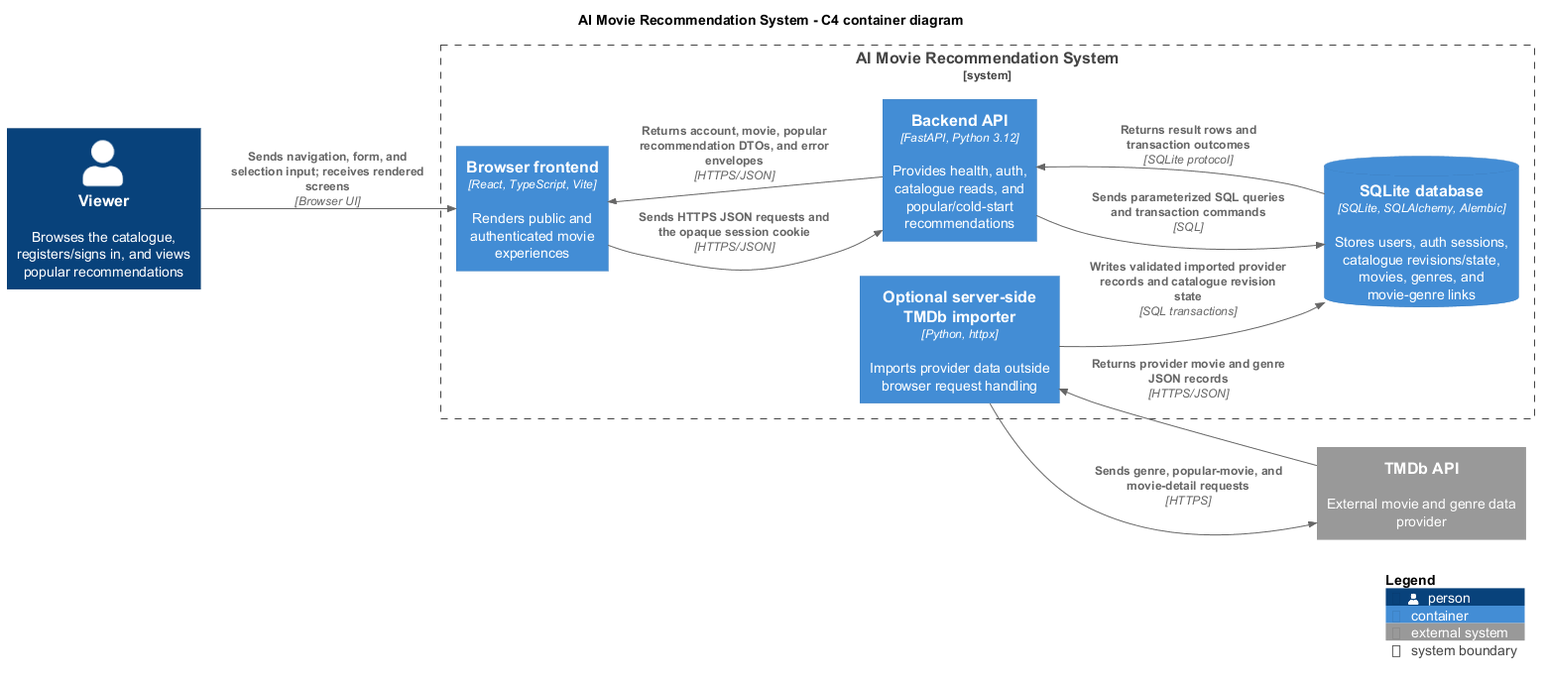
Before: docs/images/architecture.png, a diagram exported from PlantUML (SE-FDA-NEU/ai66a_group3_C1_SE).
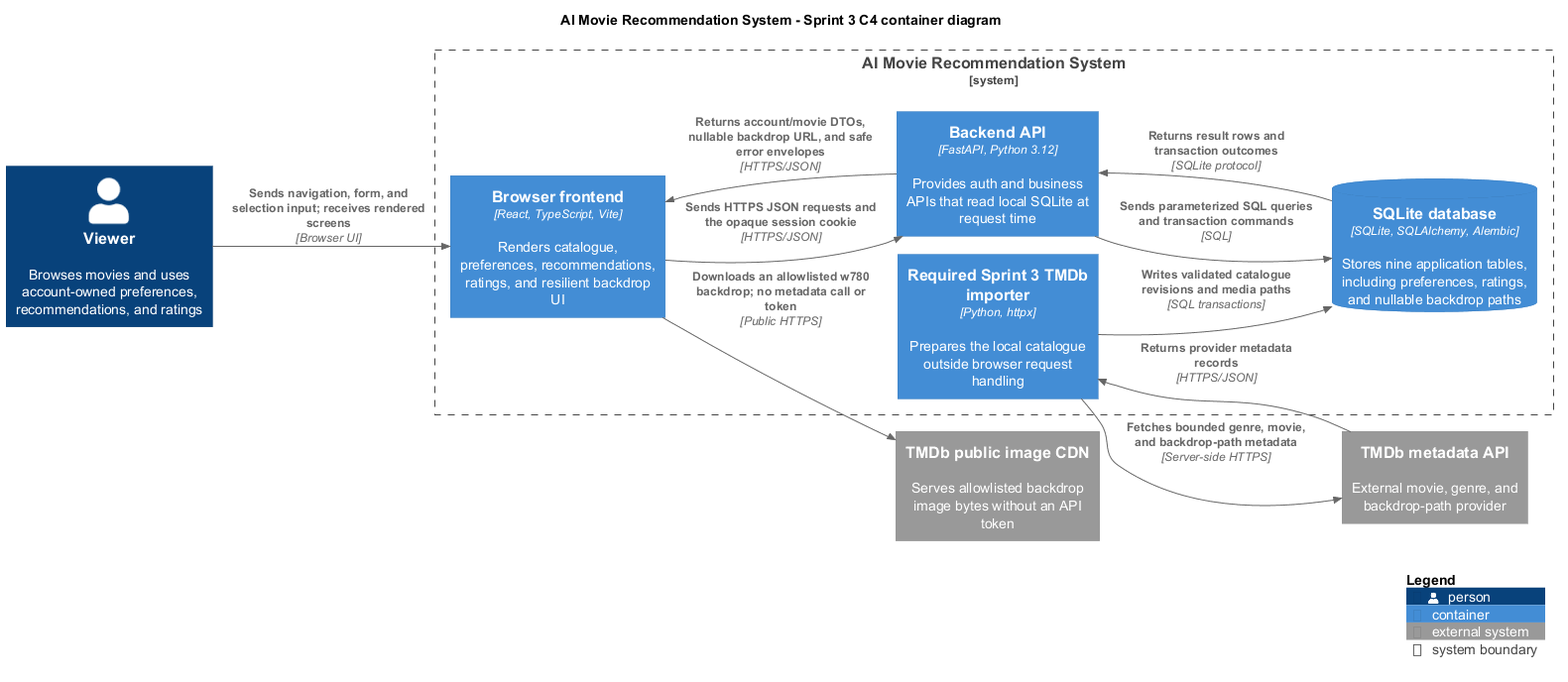
After the change.

Commit message:
docs(architecture): update Sprint 3 diagrams and preserve M2 baselines

Change to the diagram source:
```diff
@@ -1,29 +1,32 @@
 @startuml
+!pragma layout smetana
 !include <C4/C4_Container>
 
-title AI Movie Recommendation System - C4 container diagram
+title AI Movie Recommendation System - Sprint 3 C4 container diagram
 
 LAYOUT_LEFT_RIGHT()
 
-Person(viewer, "Viewer", "Browses the catalogue, registers/signs in, and views popular recommendations")
+Person(viewer, "Viewer", "Browses movies and uses account-owned preferences, recommendations, and ratings")
 
 System_Boundary(ams, "AI Movie Recommendation System") {
-    Container(web, "Browser frontend", "React, TypeScript, Vite", "Renders public and authenticated movie experiences")
-    Container(api, "Backend API", "FastAPI, Python 3.12", "Provides health, auth, catalogue reads, and popular/cold-start recommendations")
-    ContainerDb(db, "SQLite database", "SQLite, SQLAlchemy, Alembic", "Stores users, auth sessions, catalogue revisions/state, movies, genres, and movie-genre links")
-    Container(importer, "Optional server-side TMDb importer", "Python, httpx", "Imports provider data outside browser request handling")
+    Container(web, "Browser frontend", "React, TypeScript, Vite", "Renders catalogue, preferences, recommendations, ratings, and resilient backdrop UI")
+    Container(api, "Backend API", "FastAPI, Python 3.12", "Provides auth and business APIs that read local SQLite at request time")
+    ContainerDb(db, "SQLite database", "SQLite, SQLAlchemy, Alembic", "Stores nine application tables, including preferences, ratings, and nullable backdrop paths")
+    Container(importer, "Required Sprint 3 TMDb importer", "Python, httpx", "Prepares the local catalogue outside browser request handling")
 }
 
-System_Ext(tmdb, "TMDb API", "External movie and genre data provider")
+System_Ext(tmdb, "TMDb metadata API", "External movie, genre, and backdrop-path provider")
+System_Ext(image_cdn, "TMDb public image CDN", "Serves allowlisted backdrop image bytes without an API token")
 
 Rel(viewer, web, "Sends navigation, form, and selection input; receives rendered screens", "Browser UI")
 Rel(web, api, "Sends HTTPS JSON requests and the opaque session cookie", "HTTPS/JSON")
-Rel(api, web, "Returns account, movie, popular recommendation DTOs, and error envelopes", "HTTPS/JSON")
+Rel(api, web, "Returns account/movie DTOs, nullable backdrop URL, and safe error envelopes", "HTTPS/JSON")
 Rel(api, db, "Sends parameterized SQL queries and transaction commands", "SQL")
 Rel(db, api, "Returns result rows and transaction outcomes", "SQLite protocol")
-Rel(importer, tmdb, "Sends genre, popular-movie, and movie-detail requests", "HTTPS")
-Rel(tmdb, importer, "Returns provider movie and genre JSON records", "HTTPS/JSON")
-Rel(importer, db, "Writes validated imported provider records and catalogue revision state", "SQL transactions")
+Rel(importer, tmdb, "Fetches bounded genre, movie, and backdrop-path metadata", "Server-side HTTPS")
+Rel(tmdb, importer, "Returns provider metadata records", "HTTPS/JSON")
+Rel(importer, db, "Writes validated catalogue revisions and media paths", "SQL transactions")
+Rel(web, image_cdn, "Downloads an allowlisted w780 backdrop; no metadata call or token", "Public HTTPS")
 
 SHOW_LEGEND()
 @enduml
```
